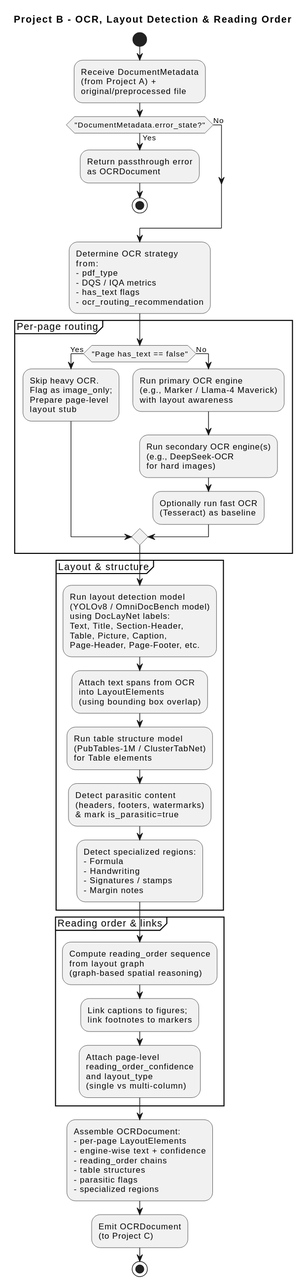
The PlantUML diagram docs/architecture/diagrams/level-2/downstream-context/unify-ocr-layout-workflow.svg in williaby/image-preprocessing-detector, before a commit.
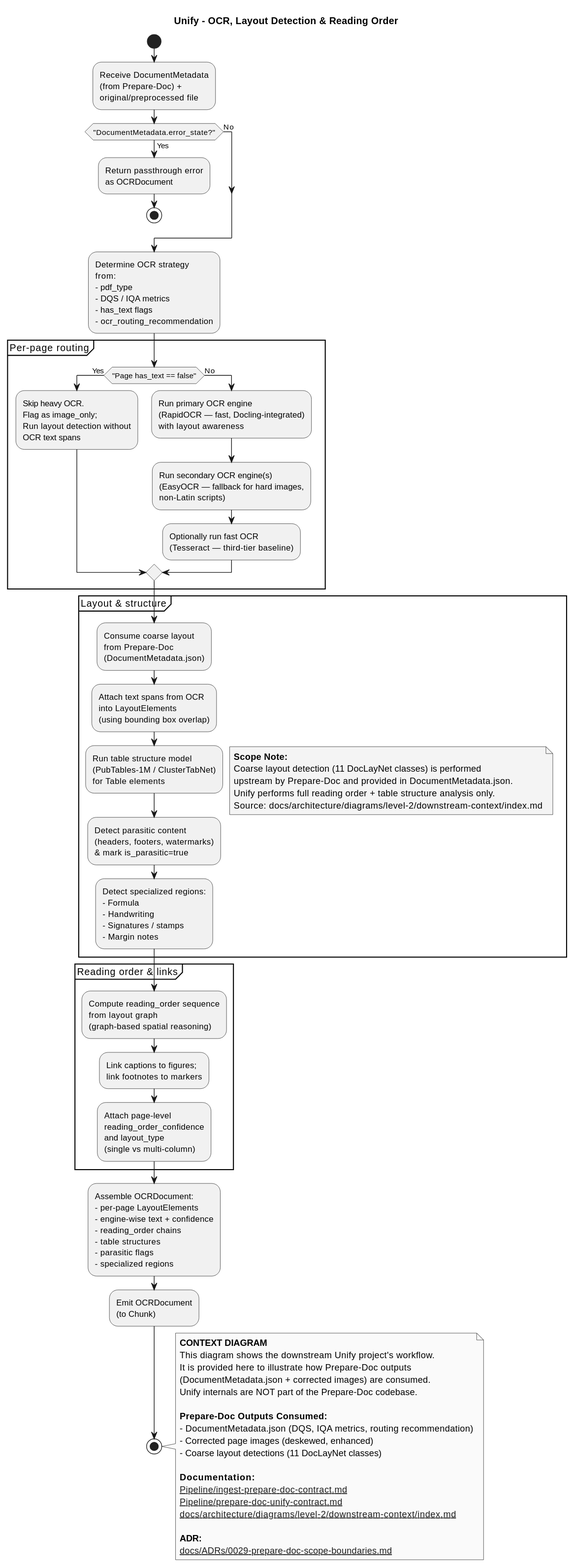
The same file after the commit.

The edit, as a diff of the source:
```diff
@@ -1,5 +1,5 @@
 @startuml
-title Project B - OCR, Layout Detection & Reading Order
+title Unify - OCR, Layout Detection & Reading Order
 
 skinparam shadowing false
 skinparam monochrome true
@@ -7,49 +7,77 @@
 
 start
 
-:Receive DocumentMetadata\n(from Project A) +\noriginal/preprocessed file;
+:Receive DocumentMetadata\n(from Prepare-Doc) +\noriginal/preprocessed file;
 
 if ("DocumentMetadata.error_state?") then (Yes)
- :Return passthrough error\nas OCRDocument;
- stop
+  :Return passthrough error\nas OCRDocument;
+  stop
 else (No)
 endif
 
 :Determine OCR strategy\nfrom:\n- pdf_type\n- DQS / IQA metrics\n- has_text flags\n- ocr_routing_recommendation;
 
 partition "Per-page routing" {
- if ("Page has_text == false") then (Yes)
-   :Skip heavy OCR.\nFlag as image_only;\nPrepare page-level\nlayout stub;
- else (No)
-   :Run primary OCR engine\n(e.g., Marker / Llama-4 Maverick)\nwith layout awareness;
-   :Run secondary OCR engine(s)\n(e.g., DeepSeek-OCR\nfor hard images);
-   :Optionally run fast OCR\n(Tesseract) as baseline;
- endif
+  if ("Page has_text == false") then (Yes)
+    :Skip heavy OCR.\nFlag as image_only;\nRun layout detection without\nOCR text spans;
+  else (No)
+    :Run primary OCR engine\n(RapidOCR — fast, Docling-integrated)\nwith layout awareness;
+    :Run secondary OCR engine(s)\n(EasyOCR — fallback for hard images,\nnon-Latin scripts);
+    :Optionally run fast OCR\n(Tesseract — third-tier baseline);
+  endif
 }
 
 partition "Layout & structure" {
- :Run layout detection model\n(YOLOv8 / OmniDocBench model)\nusing DocLayNet labels:\nText, Title, Section-Header,\nTable, Picture, Caption,\nPage-Header, Page-Footer, etc.;
+  note right #FFF3E0
+    **Scope Note:**
+    Coarse layout detection (11 DocLayNet classes) is performed
+    upstream by Prepare-Doc and provided in DocumentMetadata.json.
+    Unify performs full reading order + table structure analysis only.
+    Source: docs/architecture/diagrams/level-2/downstream-context/index.md
+  end note
+  :Consume coarse layout\nfrom Prepare-Doc\n(DocumentMetadata.json);
 
- :Attach text spans from OCR\ninto LayoutElements\n(using bounding box overlap);
+  :Attach text spans from OCR\ninto LayoutElements\n(using bounding box overlap);
 
- :Run table structure model\n(PubTables-1M / ClusterTabNet)\nfor Table elements;
+  :Run table structure model\n(PubTables-1M / ClusterTabNet)\nfor Table elements;
 
- :Detect parasitic content\n(headers, footers, watermarks)\n& mark is_parasitic=true;
+  :Detect parasitic content\n(headers, footers, watermarks)\n& mark is_parasitic=true;
 
- :Detect specialized regions:\n- Formula\n- Handwriting\n- Signatures / stamps\n- Margin notes;
+  :Detect specialized regions:\n- Formula\n- Handwriting\n- Signatures / stamps\n- Margin notes;
 }
 
 partition "Reading order & links" {
- :Compute reading_order sequence\nfrom layout graph\n(graph-based spatial reasoning);
+  :Compute reading_order sequence\nfrom layout graph\n(graph-based spatial reasoning);
 
- :Link captions to figures;\nlink footnotes to markers;
+  :Link captions to figures;\nlink footnotes to markers;
 
- :Attach page-level\nreading_order_confidence\nand layout_type\n(single vs multi-column);
+  :Attach page-level\nreading_order_confidence\nand layout_type\n(single vs multi-column);
 }
 
 :Assemble OCRDocument:\n- per-page LayoutElements\n- engine-wise text + confidence\n- reading_order chains\n- table structures\n- parasitic flags\n- specialized regions;
 
-:Emit OCRDocument\n(to Project C);
+:Emit OCRDocument\n(to Chunk);
 
 stop
+
+note right
+  **CONTEXT DIAGRAM**
+  This diagram shows the downstream Unify project's workflow.
+  It is provided here to illustrate how Prepare-Doc outputs
+  (DocumentMetadata.json + corrected images) are consumed.
+  Unify internals are NOT part of the Prepare-Doc codebase.
+
+  **Prepare-Doc Outputs Consumed:**
+  - DocumentMetadata.json (DQS, IQA metrics, routing recommendation)
+  - Corrected page images (deskewed, enhanced)
+  - Coarse layout detections (11 DocLayNet classes)
+
+  **Documentation:**
+  [[docs/development/RAG Pipeline/ingest-prepare-doc-contract.md]]
+  [[docs/development/RAG Pipeline/prepare-doc-unify-contract.md]]
+  [[docs/architecture/diagrams/level-2/downstream-context/index.md]]
+
+  **ADR:**
+  [[docs/ADRs/0029-prepare-doc-scope-boundaries.md]]
+end note
 @enduml
```
